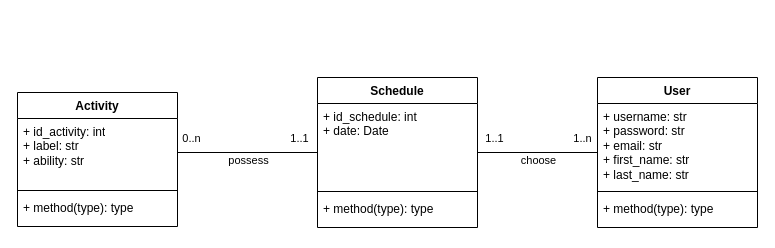
This is schemas/diagramme_classes.drawio from AudouardR/sitecompetences, a draw.io file, before an edit. Source tidied: cells renumbered, new cells numbered last; positions are measured from the earlier drawing's top-left corner, leaving out a move shared by most shapes. Both pictures are drawn from the tidied source at 100%, with x=0, y=0 at pixel (17, 77).
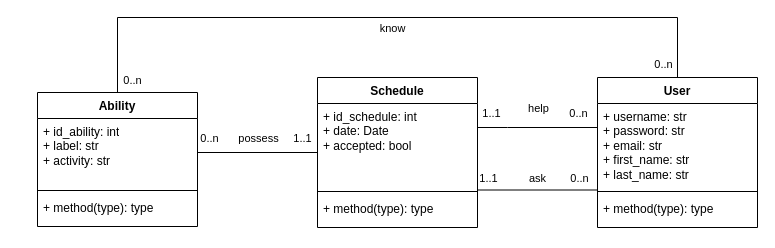
Above is the later version.

Commit message (it also covers changes not shown here):
Diagramme des cas d'utilisation et spécifications fonctionnelles

The change refers to these unchanged cells:
```xml
<mxCell id="6" value="User" style="swimlane;fontStyle=1;align=center;verticalAlign=top;horizontal=1;startSize=26;whiteSpace=wrap;html=1;" parent="1" vertex="1">
  <mxGeometry x="580" width="160" height="150" as="geometry" />
</mxCell>
<mxCell id="14" value="Schedule" style="swimlane;fontStyle=1;align=center;verticalAlign=top;horizontal=1;startSize=26;whiteSpace=wrap;html=1;" parent="1" vertex="1">
  <mxGeometry x="300" width="160" height="150" as="geometry" />
</mxCell>
<mxCell id="18" style="edgeStyle=orthogonalEdgeStyle;rounded=0;jettySize=auto;html=1;defaultLabelBackgroundColor=page;startArrow=none;startFill=0;endArrow=none;endFill=0;" parent="1" edge="1" source="3" target="14">
  <mxGeometry relative="1" as="geometry" />
</mxCell>
```

The edit, as a diff of the source:
```diff
@@
+    <mxCell id="22" style="edgeStyle=orthogonalEdgeStyle;rounded=0;jettySize=auto;html=1;exitX=0.5;exitY=0;exitDx=0;exitDy=0;entryX=0.5;entryY=0;entryDx=0;entryDy=0;defaultLabelBackgroundColor=page;labelPadding=0 4;endArrow=none;endFill=0;" parent="1" edge="1" source="2" target="6">
+      <mxGeometry x="-0.22" relative="1" as="geometry">
+        <Array as="points">
+          <mxPoint x="100" y="-60" />
+          <mxPoint x="660" y="-60" />
+        </Array>
+      </mxGeometry>
+    </mxCell>
+    <mxCell id="23" value="0..n" style="edgeLabel;html=1;align=center;verticalAlign=middle;inheritText=1;defaultLabelBackgroundColor=page;labelPadding=0 4;" parent="22" vertex="1">
+      <mxGeometry x="-0.95" y="-1" relative="1" as="geometry">
+        <mxPoint x="13" y="4" as="offset" />
+      </mxGeometry>
+    </mxCell>
+    <mxCell id="24" value="0..n" style="edgeLabel;html=1;align=center;verticalAlign=middle;inheritText=1;defaultLabelBackgroundColor=page;labelPadding=0 4;" parent="22" vertex="1">
+      <mxGeometry x="0.96" relative="1" as="geometry">
+        <mxPoint x="-15" as="offset" />
+      </mxGeometry>
+    </mxCell>
+    <mxCell id="25" value="know" style="edgeLabel;html=1;align=center;verticalAlign=middle;inheritText=1;defaultLabelBackgroundColor=page;labelPadding=0 4;" parent="22" vertex="1">
+      <mxGeometry y="1" relative="1" as="geometry">
+        <mxPoint x="1" y="11" as="offset" />
+      </mxGeometry>
+    </mxCell>
-    <mxCell id="2" value="Activity" style="swimlane;fontStyle=1;align=center;verticalAlign=top;horizontal=1;startSize=26;whiteSpace=wrap;html=1;" parent="1" vertex="1">
-      <mxGeometry y="15" width="160" height="134" as="geometry" />
+    <mxCell id="2" value="Ability" style="swimlane;fontStyle=1;align=center;verticalAlign=top;horizontal=1;startSize=26;whiteSpace=wrap;html=1;" parent="1" vertex="1">
+      <mxGeometry x="20" y="15" width="160" height="134" as="geometry" />
     </mxCell>
-    <mxCell id="3" value="&lt;div&gt;+ id_activity: int&lt;/div&gt;+ label: str&lt;div&gt;+ ability: str&lt;/div&gt;" style="text;strokeColor=none;fillColor=none;align=left;verticalAlign=top;spacingLeft=4;spacingRight=4;overflow=hidden;points=[[0,0.5],[1,0.5]];portConstraint=eastwest;whiteSpace=wrap;html=1;" parent="2" vertex="1">
+    <mxCell id="3" value="&lt;div&gt;+ id_ability: int&lt;/div&gt;+ label: str&lt;div&gt;+ activity: str&lt;/div&gt;" style="text;strokeColor=none;fillColor=none;align=left;verticalAlign=top;spacingLeft=4;spacingRight=4;overflow=hidden;points=[[0,0.5],[1,0.5]];portConstraint=eastwest;whiteSpace=wrap;html=1;" parent="2" vertex="1">
       <mxGeometry y="26" width="160" height="68" as="geometry" />
     </mxCell>
@@
+    <mxCell id="26" style="edgeStyle=orthogonalEdgeStyle;rounded=0;jettySize=auto;html=1;exitX=0;exitY=0.75;exitDx=0;exitDy=0;entryX=1;entryY=0.75;entryDx=0;entryDy=0;defaultLabelBackgroundColor=page;labelPadding=0 4;endArrow=none;endFill=0;" parent="1" edge="1" source="6" target="14">
+      <mxGeometry x="0.24" relative="1" as="geometry" />
+    </mxCell>
+    <mxCell id="27" value="1..1" style="edgeLabel;html=1;align=center;verticalAlign=middle;inheritText=1;defaultLabelBackgroundColor=page;labelPadding=0 4;" parent="26" vertex="1">
+      <mxGeometry x="0.72" y="5" relative="1" as="geometry">
+        <mxPoint x="-7" y="-17" as="offset" />
+      </mxGeometry>
+    </mxCell>
+    <mxCell id="28" value="0..n" style="edgeLabel;html=1;align=center;verticalAlign=middle;inheritText=1;defaultLabelBackgroundColor=page;labelPadding=0 4;" parent="26" vertex="1">
+      <mxGeometry x="-0.68" y="-2" relative="1" as="geometry">
+        <mxPoint y="-10" as="offset" />
+      </mxGeometry>
+    </mxCell>
+    <mxCell id="29" value="ask" style="edgeLabel;html=1;align=center;verticalAlign=middle;inheritText=1;defaultLabelBackgroundColor=page;labelPadding=0 4;" parent="26" vertex="1">
+      <mxGeometry x="0.02" y="-1" relative="1" as="geometry">
+        <mxPoint y="-11" as="offset" />
+      </mxGeometry>
+    </mxCell>
@@
     <mxCell id="10" style="edgeStyle=orthogonalEdgeStyle;rounded=0;jettySize=auto;html=1;defaultLabelBackgroundColor=page;endArrow=none;endFill=0;startArrow=none;startFill=0;" parent="1" edge="1" source="14" target="6">
-      <mxGeometry relative="1" as="geometry" />
+      <mxGeometry x="-0.17" relative="1" as="geometry">
+        <Array as="points">
+          <mxPoint x="490" y="50" />
+          <mxPoint x="490" y="50" />
+        </Array>
+      </mxGeometry>
     </mxCell>
-    <mxCell id="11" value="choose" style="edgeLabel;html=1;align=center;verticalAlign=middle;inheritText=1;defaultLabelBackgroundColor=page;" parent="10" vertex="1">
-      <mxGeometry x="-0.15" y="1" relative="1" as="geometry">
-        <mxPoint x="9" y="8" as="offset" />
+    <mxCell id="11" value="help" style="edgeLabel;html=1;align=center;verticalAlign=middle;inheritText=1;defaultLabelBackgroundColor=page;" parent="10" vertex="1">
+      <mxGeometry x="-0.3" y="1" relative="1" as="geometry">
+        <mxPoint x="18" y="-19" as="offset" />
       </mxGeometry>
     </mxCell>
     <mxCell id="12" value="1..1" style="edgeLabel;html=1;align=center;verticalAlign=middle;inheritText=1;defaultLabelBackgroundColor=page;" parent="10" vertex="1">
-      <mxGeometry x="-0.74" relative="1" as="geometry">
+      <mxGeometry x="-0.79" relative="1" as="geometry">
         <mxPoint y="-15" as="offset" />
       </mxGeometry>
     </mxCell>
-    <mxCell id="13" value="1..n" style="edgeLabel;html=1;align=center;verticalAlign=middle;inheritText=1;defaultLabelBackgroundColor=page;" parent="10" vertex="1">
-      <mxGeometry x="0.73" y="-2" relative="1" as="geometry">
+    <mxCell id="13" value="0..n" style="edgeLabel;html=1;align=center;verticalAlign=middle;inheritText=1;defaultLabelBackgroundColor=page;" parent="10" vertex="1">
+      <mxGeometry x="0.67" y="-2" relative="1" as="geometry">
         <mxPoint y="-17" as="offset" />
       </mxGeometry>
     </mxCell>
@@
-    <mxCell id="15" value="&lt;div&gt;+ id_schedule: int&lt;/div&gt;&lt;div&gt;+ date: Date&lt;/div&gt;" style="text;strokeColor=none;fillColor=none;align=left;verticalAlign=top;spacingLeft=4;spacingRight=4;overflow=hidden;whiteSpace=wrap;html=1;" parent="14" vertex="1">
+    <mxCell id="15" value="&lt;div&gt;+ id_schedule: int&lt;/div&gt;&lt;div&gt;+ date: Date&lt;/div&gt;&lt;div&gt;+ accepted: bool&lt;/div&gt;" style="text;strokeColor=none;fillColor=none;align=left;verticalAlign=top;spacingLeft=4;spacingRight=4;overflow=hidden;whiteSpace=wrap;html=1;" parent="14" vertex="1">
       <mxGeometry y="26" width="160" height="84" as="geometry" />
     </mxCell>
@@
     <mxCell id="19" value="possess" style="edgeLabel;html=1;align=center;verticalAlign=middle;inheritText=1;defaultLabelBackgroundColor=page;" parent="18" vertex="1">
       <mxGeometry x="0.03" relative="1" as="geometry">
-        <mxPoint x="-2" y="7" as="offset" />
+        <mxPoint x="-2" y="-15" as="offset" />
       </mxGeometry>
     </mxCell>
```
